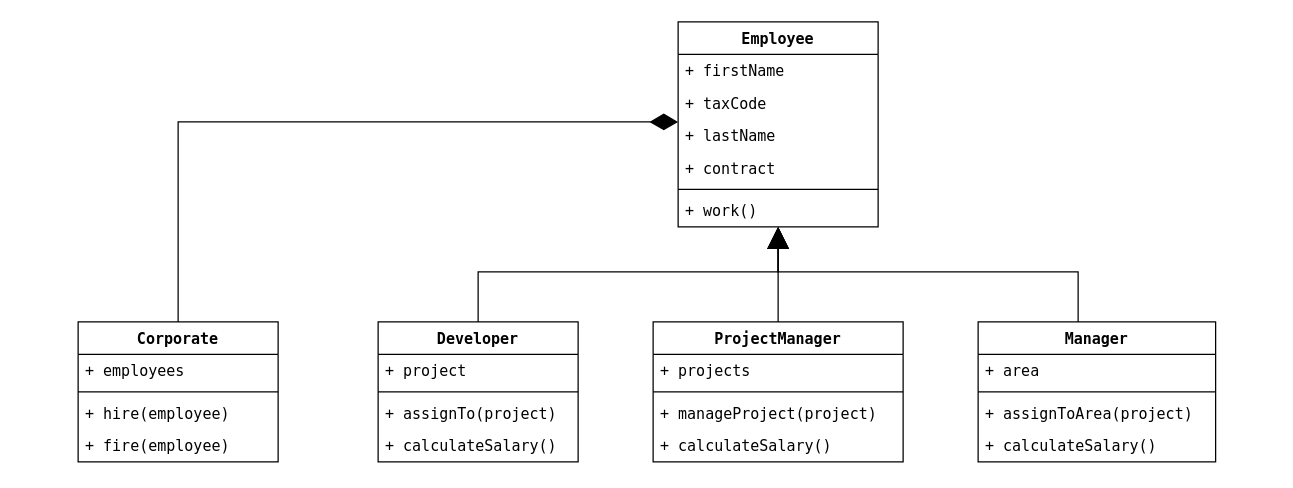
Before: page "Pattern Creazionali" (3 of 26) of Assets/Diagrams/UML.drawio in mrOranger/DesignPatterns, a draw.io diagram. Source tidied: cells renumbered, new cells numbered last; positions are measured from the earlier drawing's top-left corner, leaving out a move shared by most shapes. Both pictures are drawn from the tidied source at 125%, with x=0, y=0 at pixel (78, 21).
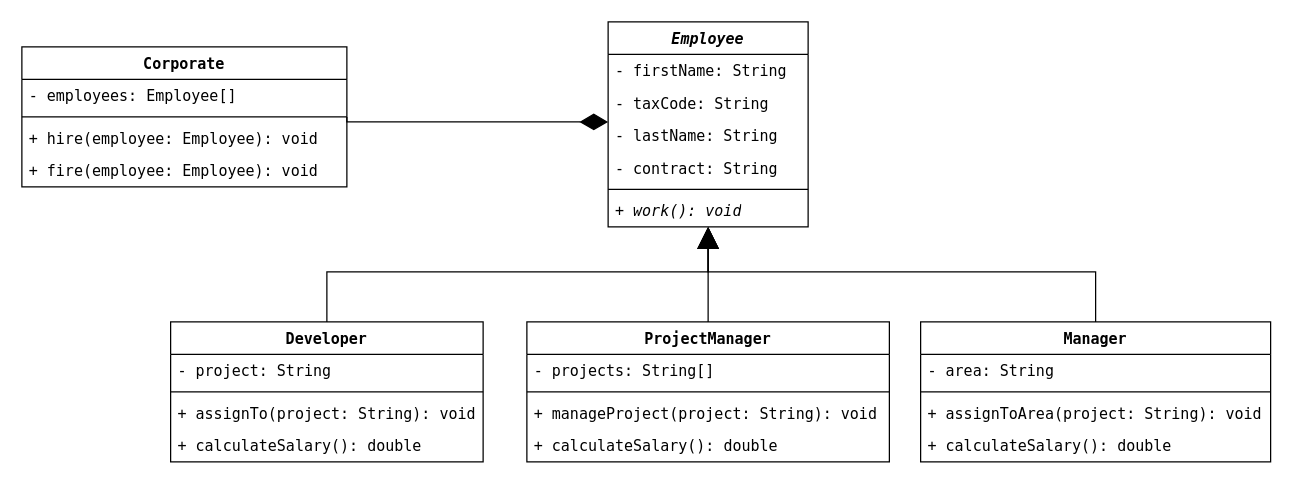
The same diagram, later.

Diff of the diagram source:
```diff
@@
-    <mxCell id="2" value="Employee" style="swimlane;fontStyle=1;align=center;verticalAlign=top;horizontal=1;startSize=26;whiteSpace=wrap;html=1;fontFamily=Menlo;" parent="1" vertex="1">
-      <mxGeometry x="480" width="160" height="164" as="geometry" />
+    <mxCell id="2" value="Employee" style="swimlane;fontStyle=3;align=center;verticalAlign=top;horizontal=1;startSize=26;whiteSpace=wrap;html=1;fontFamily=Menlo;" parent="1" vertex="1">
+      <mxGeometry x="424" width="160" height="164" as="geometry" />
     </mxCell>
-    <mxCell id="3" value="+ firstName" style="text;strokeColor=none;fillColor=none;align=left;verticalAlign=top;spacingLeft=4;spacingRight=4;overflow=hidden;whiteSpace=wrap;html=1;fontFamily=Menlo;" parent="2" vertex="1">
+    <mxCell id="3" value="- firstName: String" style="text;strokeColor=none;fillColor=none;align=left;verticalAlign=top;spacingLeft=4;spacingRight=4;overflow=hidden;whiteSpace=wrap;html=1;fontFamily=Menlo;" parent="2" vertex="1">
       <mxGeometry y="26" width="160" height="26" as="geometry" />
     </mxCell>
-    <mxCell id="4" value="+ taxCode" style="text;strokeColor=none;fillColor=none;align=left;verticalAlign=top;spacingLeft=4;spacingRight=4;overflow=hidden;whiteSpace=wrap;html=1;fontFamily=Menlo;" parent="2" vertex="1">
+    <mxCell id="4" value="- taxCode: String" style="text;strokeColor=none;fillColor=none;align=left;verticalAlign=top;spacingLeft=4;spacingRight=4;overflow=hidden;whiteSpace=wrap;html=1;fontFamily=Menlo;" parent="2" vertex="1">
       <mxGeometry y="52" width="160" height="26" as="geometry" />
     </mxCell>
-    <mxCell id="5" value="+ lastName" style="text;strokeColor=none;fillColor=none;align=left;verticalAlign=top;spacingLeft=4;spacingRight=4;overflow=hidden;whiteSpace=wrap;html=1;fontFamily=Menlo;" parent="2" vertex="1">
+    <mxCell id="5" value="- lastName: String" style="text;strokeColor=none;fillColor=none;align=left;verticalAlign=top;spacingLeft=4;spacingRight=4;overflow=hidden;whiteSpace=wrap;html=1;fontFamily=Menlo;" parent="2" vertex="1">
       <mxGeometry y="78" width="160" height="26" as="geometry" />
     </mxCell>
-    <mxCell id="6" value="+ contract" style="text;strokeColor=none;fillColor=none;align=left;verticalAlign=top;spacingLeft=4;spacingRight=4;overflow=hidden;whiteSpace=wrap;html=1;fontFamily=Menlo;" parent="2" vertex="1">
+    <mxCell id="6" value="- contract: String" style="text;strokeColor=none;fillColor=none;align=left;verticalAlign=top;spacingLeft=4;spacingRight=4;overflow=hidden;whiteSpace=wrap;html=1;fontFamily=Menlo;" parent="2" vertex="1">
       <mxGeometry y="104" width="160" height="26" as="geometry" />
     </mxCell>
@@
-    <mxCell id="8" value="+ work()" style="text;strokeColor=none;fillColor=none;align=left;verticalAlign=top;spacingLeft=4;spacingRight=4;overflow=hidden;whiteSpace=wrap;html=1;fontFamily=Menlo;" parent="2" vertex="1">
+    <mxCell id="8" value="&lt;i&gt;+ work(): void&lt;/i&gt;" style="text;strokeColor=none;fillColor=none;align=left;verticalAlign=top;spacingLeft=4;spacingRight=4;overflow=hidden;whiteSpace=wrap;html=1;fontFamily=Menlo;" parent="2" vertex="1">
       <mxGeometry y="138" width="160" height="26" as="geometry" />
     </mxCell>
-    <mxCell id="9" style="edgeStyle=orthogonalEdgeStyle;rounded=0;jettySize=auto;html=1;fontFamily=Menlo;endArrow=block;endFill=1;endSize=15;" parent="1" edge="1" source="10" target="2">
+    <mxCell id="9" style="edgeStyle=orthogonalEdgeStyle;rounded=0;jettySize=auto;html=1;fontFamily=Menlo;endArrow=block;endFill=1;endSize=15;exitX=0.5;exitY=0;exitDx=0;exitDy=0;" parent="1" edge="1" source="10" target="2">
       <mxGeometry relative="1" as="geometry">
         <Array as="points">
-          <mxPoint x="320" y="200" />
-          <mxPoint x="560" y="200" />
+          <mxPoint x="199" y="200" />
+          <mxPoint x="504" y="200" />
         </Array>
       </mxGeometry>
     </mxCell>
     <mxCell id="10" value="Developer" style="swimlane;fontStyle=1;align=center;verticalAlign=top;horizontal=1;startSize=26;whiteSpace=wrap;html=1;fontFamily=Menlo;" parent="1" vertex="1">
-      <mxGeometry x="240" y="240" width="160" height="112" as="geometry" />
+      <mxGeometry x="74" y="240" width="250" height="112" as="geometry" />
     </mxCell>
-    <mxCell id="11" value="+ project" style="text;strokeColor=none;fillColor=none;align=left;verticalAlign=top;spacingLeft=4;spacingRight=4;overflow=hidden;whiteSpace=wrap;html=1;fontFamily=Menlo;" parent="10" vertex="1">
-      <mxGeometry y="26" width="160" height="26" as="geometry" />
+    <mxCell id="11" value="- project: String" style="text;strokeColor=none;fillColor=none;align=left;verticalAlign=top;spacingLeft=4;spacingRight=4;overflow=hidden;whiteSpace=wrap;html=1;fontFamily=Menlo;" parent="10" vertex="1">
+      <mxGeometry y="26" width="250" height="26" as="geometry" />
     </mxCell>
     <mxCell id="12" style="line;strokeWidth=1;fillColor=none;align=left;verticalAlign=middle;spacingTop=-1;spacingLeft=3;spacingRight=3;labelPosition=right;strokeColor=inherit;fontFamily=Menlo;" parent="10" vertex="1">
-      <mxGeometry y="52" width="160" height="8" as="geometry" />
+      <mxGeometry y="52" width="250" height="8" as="geometry" />
     </mxCell>
-    <mxCell id="13" value="+ assignTo(project)" style="text;strokeColor=none;fillColor=none;align=left;verticalAlign=top;spacingLeft=4;spacingRight=4;overflow=hidden;whiteSpace=wrap;html=1;fontFamily=Menlo;" parent="10" vertex="1">
-      <mxGeometry y="60" width="160" height="26" as="geometry" />
+    <mxCell id="13" value="+ assignTo(project: String): void" style="text;strokeColor=none;fillColor=none;align=left;verticalAlign=top;spacingLeft=4;spacingRight=4;overflow=hidden;whiteSpace=wrap;html=1;fontFamily=Menlo;" parent="10" vertex="1">
+      <mxGeometry y="60" width="250" height="26" as="geometry" />
     </mxCell>
-    <mxCell id="14" value="+ calculateSalary()" style="text;strokeColor=none;fillColor=none;align=left;verticalAlign=top;spacingLeft=4;spacingRight=4;overflow=hidden;whiteSpace=wrap;html=1;fontFamily=Menlo;" parent="10" vertex="1">
-      <mxGeometry y="86" width="160" height="26" as="geometry" />
+    <mxCell id="14" value="+ calculateSalary(): double" style="text;strokeColor=none;fillColor=none;align=left;verticalAlign=top;spacingLeft=4;spacingRight=4;overflow=hidden;whiteSpace=wrap;html=1;fontFamily=Menlo;" parent="10" vertex="1">
+      <mxGeometry y="86" width="250" height="26" as="geometry" />
     </mxCell>
@@
     <mxCell id="16" value="ProjectManager" style="swimlane;fontStyle=1;align=center;verticalAlign=top;horizontal=1;startSize=26;whiteSpace=wrap;html=1;fontFamily=Menlo;" parent="1" vertex="1">
-      <mxGeometry x="460" y="240" width="200" height="112" as="geometry" />
+      <mxGeometry x="359" y="240" width="290" height="112" as="geometry" />
     </mxCell>
-    <mxCell id="17" value="+ projects" style="text;strokeColor=none;fillColor=none;align=left;verticalAlign=top;spacingLeft=4;spacingRight=4;overflow=hidden;whiteSpace=wrap;html=1;fontFamily=Menlo;" parent="16" vertex="1">
-      <mxGeometry y="26" width="200" height="26" as="geometry" />
+    <mxCell id="17" value="- projects: String[]" style="text;strokeColor=none;fillColor=none;align=left;verticalAlign=top;spacingLeft=4;spacingRight=4;overflow=hidden;whiteSpace=wrap;html=1;fontFamily=Menlo;" parent="16" vertex="1">
+      <mxGeometry y="26" width="290" height="26" as="geometry" />
     </mxCell>
     <mxCell id="18" style="line;strokeWidth=1;fillColor=none;align=left;verticalAlign=middle;spacingTop=-1;spacingLeft=3;spacingRight=3;labelPosition=right;strokeColor=inherit;fontFamily=Menlo;" parent="16" vertex="1">
-      <mxGeometry y="52" width="200" height="8" as="geometry" />
+      <mxGeometry y="52" width="290" height="8" as="geometry" />
     </mxCell>
-    <mxCell id="19" value="+ manageProject(project)" style="text;strokeColor=none;fillColor=none;align=left;verticalAlign=top;spacingLeft=4;spacingRight=4;overflow=hidden;whiteSpace=wrap;html=1;fontFamily=Menlo;" parent="16" vertex="1">
-      <mxGeometry y="60" width="200" height="26" as="geometry" />
+    <mxCell id="19" value="+ manageProject(project: String): void" style="text;strokeColor=none;fillColor=none;align=left;verticalAlign=top;spacingLeft=4;spacingRight=4;overflow=hidden;whiteSpace=wrap;html=1;fontFamily=Menlo;" parent="16" vertex="1">
+      <mxGeometry y="60" width="290" height="26" as="geometry" />
     </mxCell>
-    <mxCell id="20" value="+ calculateSalary()" style="text;strokeColor=none;fillColor=none;align=left;verticalAlign=top;spacingLeft=4;spacingRight=4;overflow=hidden;whiteSpace=wrap;html=1;fontFamily=Menlo;" parent="16" vertex="1">
-      <mxGeometry y="86" width="200" height="26" as="geometry" />
+    <mxCell id="20" value="+ calculateSalary(): double" style="text;strokeColor=none;fillColor=none;align=left;verticalAlign=top;spacingLeft=4;spacingRight=4;overflow=hidden;whiteSpace=wrap;html=1;fontFamily=Menlo;" parent="16" vertex="1">
+      <mxGeometry y="86" width="290" height="26" as="geometry" />
     </mxCell>
-    <mxCell id="21" style="edgeStyle=orthogonalEdgeStyle;rounded=0;jettySize=auto;html=1;fontFamily=Menlo;endArrow=block;endFill=1;endSize=15;" parent="1" edge="1" source="22" target="2">
+    <mxCell id="21" style="edgeStyle=orthogonalEdgeStyle;rounded=0;jettySize=auto;html=1;fontFamily=Menlo;endArrow=block;endFill=1;endSize=15;exitX=0.5;exitY=0;exitDx=0;exitDy=0;" parent="1" edge="1" source="22" target="2">
       <mxGeometry relative="1" as="geometry">
         <Array as="points">
-          <mxPoint x="800" y="200" />
-          <mxPoint x="560" y="200" />
+          <mxPoint x="814" y="200" />
+          <mxPoint x="504" y="200" />
         </Array>
       </mxGeometry>
     </mxCell>
     <mxCell id="22" value="Manager" style="swimlane;fontStyle=1;align=center;verticalAlign=top;horizontal=1;startSize=26;whiteSpace=wrap;html=1;fontFamily=Menlo;" parent="1" vertex="1">
-      <mxGeometry x="720" y="240" width="190" height="112" as="geometry" />
+      <mxGeometry x="674" y="240" width="280" height="112" as="geometry" />
     </mxCell>
-    <mxCell id="23" value="+ area" style="text;strokeColor=none;fillColor=none;align=left;verticalAlign=top;spacingLeft=4;spacingRight=4;overflow=hidden;whiteSpace=wrap;html=1;fontFamily=Menlo;" parent="22" vertex="1">
-      <mxGeometry y="26" width="190" height="26" as="geometry" />
+    <mxCell id="23" value="- area: String" style="text;strokeColor=none;fillColor=none;align=left;verticalAlign=top;spacingLeft=4;spacingRight=4;overflow=hidden;whiteSpace=wrap;html=1;fontFamily=Menlo;" parent="22" vertex="1">
+      <mxGeometry y="26" width="280" height="26" as="geometry" />
     </mxCell>
     <mxCell id="24" style="line;strokeWidth=1;fillColor=none;align=left;verticalAlign=middle;spacingTop=-1;spacingLeft=3;spacingRight=3;labelPosition=right;strokeColor=inherit;fontFamily=Menlo;" parent="22" vertex="1">
-      <mxGeometry y="52" width="190" height="8" as="geometry" />
+      <mxGeometry y="52" width="280" height="8" as="geometry" />
     </mxCell>
-    <mxCell id="25" value="+ assignToArea(project)" style="text;strokeColor=none;fillColor=none;align=left;verticalAlign=top;spacingLeft=4;spacingRight=4;overflow=hidden;whiteSpace=wrap;html=1;fontFamily=Menlo;" parent="22" vertex="1">
-      <mxGeometry y="60" width="190" height="26" as="geometry" />
+    <mxCell id="25" value="+ assignToArea(project: String): void" style="text;strokeColor=none;fillColor=none;align=left;verticalAlign=top;spacingLeft=4;spacingRight=4;overflow=hidden;whiteSpace=wrap;html=1;fontFamily=Menlo;" parent="22" vertex="1">
+      <mxGeometry y="60" width="280" height="26" as="geometry" />
     </mxCell>
-    <mxCell id="26" value="+ calculateSalary()" style="text;strokeColor=none;fillColor=none;align=left;verticalAlign=top;spacingLeft=4;spacingRight=4;overflow=hidden;whiteSpace=wrap;html=1;fontFamily=Menlo;" parent="22" vertex="1">
-      <mxGeometry y="86" width="190" height="26" as="geometry" />
+    <mxCell id="26" value="+ calculateSalary(): double" style="text;strokeColor=none;fillColor=none;align=left;verticalAlign=top;spacingLeft=4;spacingRight=4;overflow=hidden;whiteSpace=wrap;html=1;fontFamily=Menlo;" parent="22" vertex="1">
+      <mxGeometry y="86" width="280" height="26" as="geometry" />
     </mxCell>
-    <mxCell id="27" style="edgeStyle=orthogonalEdgeStyle;rounded=0;jettySize=auto;html=1;endArrow=diamondThin;endFill=1;endSize=20;startSize=20;fontFamily=Menlo;" parent="1" edge="1" source="28" target="2">
+    <mxCell id="27" style="edgeStyle=orthogonalEdgeStyle;rounded=0;jettySize=auto;html=1;endArrow=diamondThin;endFill=1;endSize=20;startSize=20;fontFamily=Menlo;exitX=1;exitY=0.5;exitDx=0;exitDy=0;" parent="1" edge="1" source="28" target="2">
       <mxGeometry relative="1" as="geometry">
         <Array as="points">
-          <mxPoint x="80" y="80" />
+          <mxPoint x="215" y="80" />
         </Array>
       </mxGeometry>
     </mxCell>
     <mxCell id="28" value="Corporate" style="swimlane;fontStyle=1;align=center;verticalAlign=top;horizontal=1;startSize=26;whiteSpace=wrap;html=1;fontFamily=Menlo;" parent="1" vertex="1">
-      <mxGeometry y="240" width="160" height="112" as="geometry" />
+      <mxGeometry x="-45" y="20" width="260" height="112" as="geometry" />
     </mxCell>
-    <mxCell id="29" value="+ employees" style="text;strokeColor=none;fillColor=none;align=left;verticalAlign=top;spacingLeft=4;spacingRight=4;overflow=hidden;whiteSpace=wrap;html=1;fontFamily=Menlo;" parent="28" vertex="1">
-      <mxGeometry y="26" width="160" height="26" as="geometry" />
+    <mxCell id="29" value="- employees: Employee[]" style="text;strokeColor=none;fillColor=none;align=left;verticalAlign=top;spacingLeft=4;spacingRight=4;overflow=hidden;whiteSpace=wrap;html=1;fontFamily=Menlo;" parent="28" vertex="1">
+      <mxGeometry y="26" width="260" height="26" as="geometry" />
     </mxCell>
     <mxCell id="30" style="line;strokeWidth=1;fillColor=none;align=left;verticalAlign=middle;spacingTop=-1;spacingLeft=3;spacingRight=3;labelPosition=right;strokeColor=inherit;fontFamily=Menlo;" parent="28" vertex="1">
-      <mxGeometry y="52" width="160" height="8" as="geometry" />
+      <mxGeometry y="52" width="260" height="8" as="geometry" />
     </mxCell>
-    <mxCell id="31" value="+ hire(employee)" style="text;strokeColor=none;fillColor=none;align=left;verticalAlign=top;spacingLeft=4;spacingRight=4;overflow=hidden;whiteSpace=wrap;html=1;fontFamily=Menlo;" parent="28" vertex="1">
-      <mxGeometry y="60" width="160" height="26" as="geometry" />
+    <mxCell id="31" value="+ hire(employee: Employee): void" style="text;strokeColor=none;fillColor=none;align=left;verticalAlign=top;spacingLeft=4;spacingRight=4;overflow=hidden;whiteSpace=wrap;html=1;fontFamily=Menlo;" parent="28" vertex="1">
+      <mxGeometry y="60" width="260" height="26" as="geometry" />
     </mxCell>
-    <mxCell id="32" value="+ fire(employee)" style="text;strokeColor=none;fillColor=none;align=left;verticalAlign=top;spacingLeft=4;spacingRight=4;overflow=hidden;whiteSpace=wrap;html=1;fontFamily=Menlo;" parent="28" vertex="1">
-      <mxGeometry y="86" width="160" height="26" as="geometry" />
+    <mxCell id="32" value="+ fire(employee: Employee): void" style="text;strokeColor=none;fillColor=none;align=left;verticalAlign=top;spacingLeft=4;spacingRight=4;overflow=hidden;whiteSpace=wrap;html=1;fontFamily=Menlo;" parent="28" vertex="1">
+      <mxGeometry y="86" width="260" height="26" as="geometry" />
     </mxCell>
```
